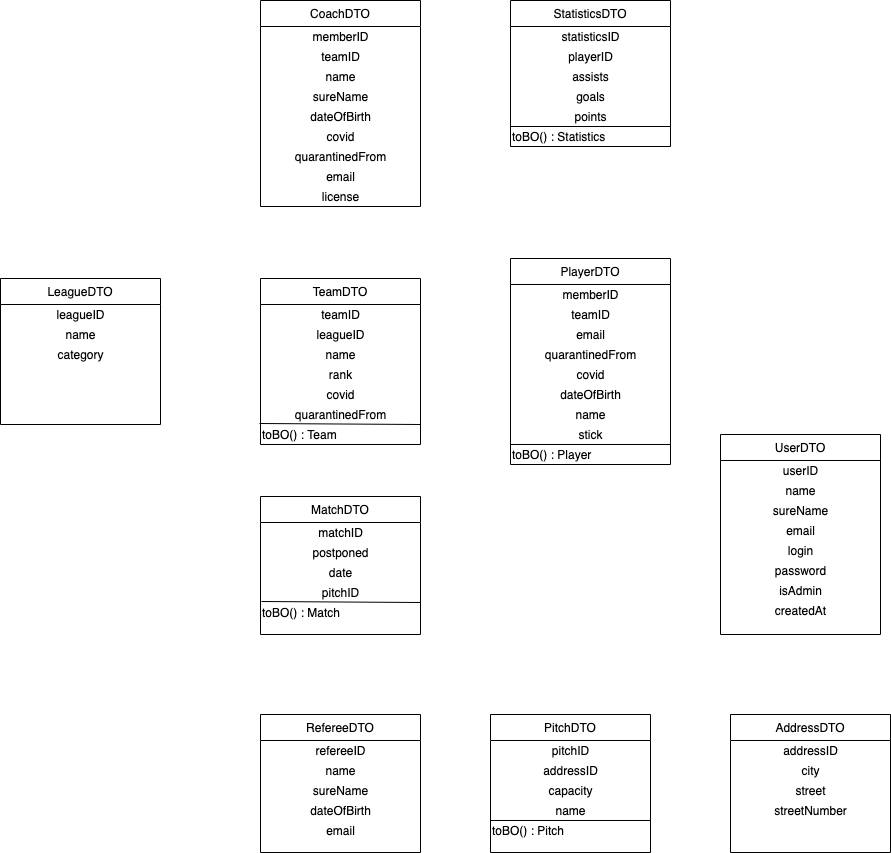
Earlier version of the draw.io export artefacts/class_DTO.png (alenamartinkova/cfbu-IS). Source tidied: cells renumbered, new cells last; positions are measured from the earlier drawing's top-left corner, leaving out a move shared by most shapes.
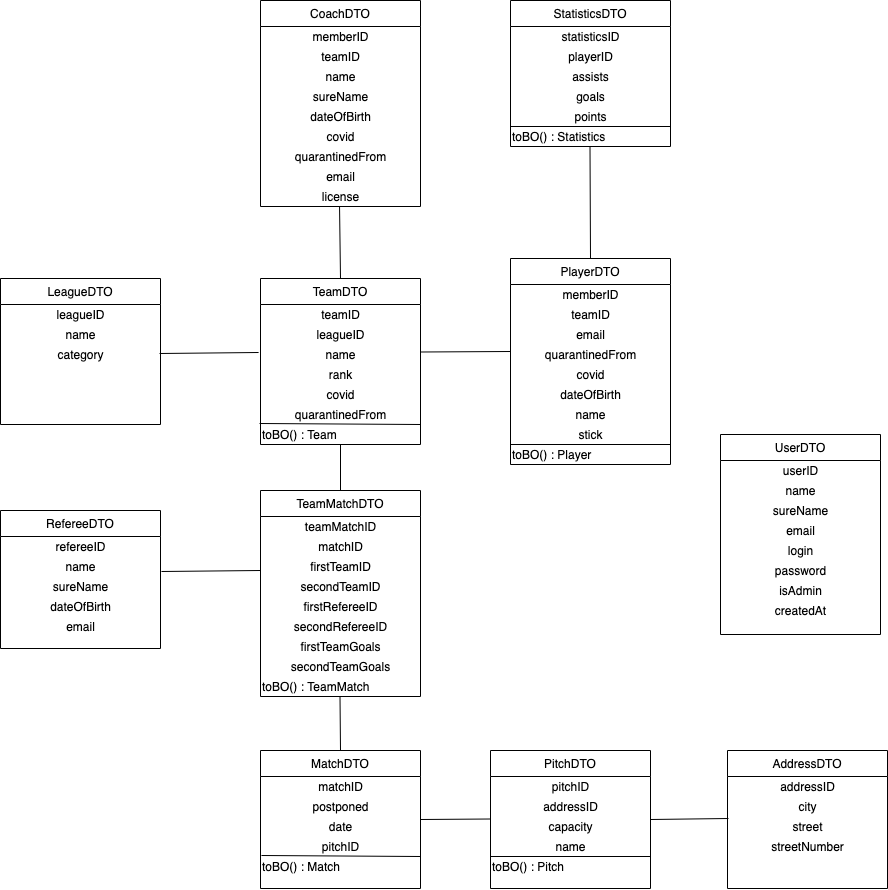
After the commit.

Diff of the diagram source:
```diff
@@ -114,7 +114,7 @@
       <mxGeometry y="146" width="160" height="20" as="geometry" />
     </mxCell>
     <mxCell id="38" value="MatchDTO" style="swimlane;fontStyle=0;align=center;verticalAlign=top;horizontal=1;startSize=26;rounded=0;shadow=0;strokeWidth=1;" parent="1" vertex="1">
-      <mxGeometry x="260" y="496" width="160" height="138" as="geometry" />
+      <mxGeometry x="260" y="750" width="160" height="138" as="geometry" />
     </mxCell>
     <mxCell id="39" value="matchID" style="text;html=1;align=center;verticalAlign=middle;" parent="38" vertex="1">
       <mxGeometry y="26" width="160" height="20" as="geometry" />
@@ -137,7 +137,7 @@
       <mxGeometry y="106" width="160" height="20" as="geometry" />
     </mxCell>
     <mxCell id="45" value="PitchDTO" style="swimlane;fontStyle=0;align=center;verticalAlign=top;horizontal=1;startSize=26;rounded=0;shadow=0;strokeWidth=1;" parent="1" vertex="1">
-      <mxGeometry x="490" y="714" width="160" height="138" as="geometry" />
+      <mxGeometry x="490" y="750" width="160" height="138" as="geometry" />
     </mxCell>
     <mxCell id="46" value="pitchID" style="text;html=1;align=center;verticalAlign=middle;" parent="45" vertex="1">
       <mxGeometry y="26" width="160" height="20" as="geometry" />
@@ -161,7 +161,7 @@
       <mxGeometry y="106" width="160" height="20" as="geometry" />
     </mxCell>
     <mxCell id="52" value="RefereeDTO" style="swimlane;fontStyle=0;align=center;verticalAlign=top;horizontal=1;startSize=26;rounded=0;shadow=0;strokeWidth=1;" parent="1" vertex="1">
-      <mxGeometry x="260" y="714" width="160" height="138" as="geometry" />
+      <mxGeometry y="510" width="160" height="138" as="geometry" />
     </mxCell>
     <mxCell id="53" value="refereeID" style="text;html=1;align=center;verticalAlign=middle;" parent="52" vertex="1">
       <mxGeometry y="26" width="160" height="20" as="geometry" />
@@ -179,7 +179,7 @@
       <mxGeometry y="106" width="160" height="20" as="geometry" />
     </mxCell>
     <mxCell id="58" value="AddressDTO" style="swimlane;fontStyle=0;align=center;verticalAlign=top;horizontal=1;startSize=26;rounded=0;shadow=0;strokeWidth=1;" parent="1" vertex="1">
-      <mxGeometry x="730" y="714" width="160" height="138" as="geometry" />
+      <mxGeometry x="727" y="750" width="160" height="138" as="geometry" />
     </mxCell>
     <mxCell id="59" value="addressID" style="text;html=1;align=center;verticalAlign=middle;" parent="58" vertex="1">
       <mxGeometry y="26" width="160" height="20" as="geometry" />
@@ -243,5 +243,81 @@
         <mxPoint x="670" y="444" as="targetPoint" />
       </mxGeometry>
     </mxCell>
+    <mxCell id="78" style="endArrow=none;html=1;entryX=0.494;entryY=1;entryDx=0;entryDy=0;entryPerimeter=0;" parent="1" edge="1" target="11">
+      <mxGeometry relative="1" as="geometry">
+        <mxPoint x="340" y="278" as="sourcePoint" />
+      </mxGeometry>
+    </mxCell>
+    <mxCell id="79" style="endArrow=none;html=1;entryX=0.5;entryY=1.2;entryDx=0;entryDy=0;entryPerimeter=0;exitX=0.5;exitY=0;exitDx=0;exitDy=0;" parent="1" edge="1" source="12">
+      <mxGeometry relative="1" as="geometry">
+        <mxPoint x="589.5" y="146" as="targetPoint" />
+      </mxGeometry>
+    </mxCell>
+    <mxCell id="80" value="TeamMatchDTO" style="swimlane;fontStyle=0;align=center;verticalAlign=top;horizontal=1;startSize=26;rounded=0;shadow=0;strokeWidth=1;" parent="1" vertex="1">
+      <mxGeometry x="260" y="490" width="160" height="206" as="geometry" />
+    </mxCell>
+    <mxCell id="81" value="teamMatchID" style="text;html=1;align=center;verticalAlign=middle;" parent="80" vertex="1">
+      <mxGeometry y="26" width="160" height="20" as="geometry" />
+    </mxCell>
+    <mxCell id="82" value="matchID" style="text;html=1;align=center;verticalAlign=middle;" parent="80" vertex="1">
+      <mxGeometry y="46" width="160" height="20" as="geometry" />
+    </mxCell>
+    <mxCell id="83" value="firstTeamID" style="text;html=1;align=center;verticalAlign=middle;" parent="80" vertex="1">
+      <mxGeometry y="66" width="160" height="20" as="geometry" />
+    </mxCell>
+    <mxCell id="84" value="secondTeamID" style="text;html=1;align=center;verticalAlign=middle;" parent="80" vertex="1">
+      <mxGeometry y="86" width="160" height="20" as="geometry" />
+    </mxCell>
+    <mxCell id="85" value="firstRefereeID" style="text;html=1;align=center;verticalAlign=middle;" parent="80" vertex="1">
+      <mxGeometry y="106" width="160" height="20" as="geometry" />
+    </mxCell>
+    <mxCell id="86" value="secondRefereeID" style="text;html=1;align=center;verticalAlign=middle;" parent="80" vertex="1">
+      <mxGeometry y="126" width="160" height="20" as="geometry" />
+    </mxCell>
+    <mxCell id="87" value="firstTeamGoals" style="text;html=1;align=center;verticalAlign=middle;" parent="80" vertex="1">
+      <mxGeometry y="146" width="160" height="20" as="geometry" />
+    </mxCell>
+    <mxCell id="88" value="secondTeamGoals" style="text;html=1;align=center;verticalAlign=middle;" parent="80" vertex="1">
+      <mxGeometry y="166" width="160" height="20" as="geometry" />
+    </mxCell>
+    <mxCell id="89" value="toBO() : TeamMatch" style="text;html=1;align=left;verticalAlign=middle;" parent="80" vertex="1">
+      <mxGeometry y="186" width="160" height="20" as="geometry" />
+    </mxCell>
+    <mxCell id="90" style="endArrow=none;html=1;entryX=0.5;entryY=1;entryDx=0;entryDy=0;entryPerimeter=0;" parent="1" edge="1" target="37">
+      <mxGeometry relative="1" as="geometry">
+        <mxPoint x="340" y="490" as="sourcePoint" />
+      </mxGeometry>
+    </mxCell>
+    <mxCell id="91" style="endArrow=none;html=1;entryX=0.5;entryY=1;entryDx=0;entryDy=0;entryPerimeter=0;exitX=0.5;exitY=0;exitDx=0;exitDy=0;" parent="1" edge="1" source="38">
+      <mxGeometry relative="1" as="geometry">
+        <mxPoint x="339.5" y="696" as="targetPoint" />
+      </mxGeometry>
+    </mxCell>
+    <mxCell id="92" style="endArrow=none;html=1;entryX=-0.012;entryY=0.4;entryDx=0;entryDy=0;entryPerimeter=0;exitX=0.994;exitY=0.45;exitDx=0;exitDy=0;exitPerimeter=0;" parent="1" edge="1" source="75" target="33">
+      <mxGeometry relative="1" as="geometry" />
+    </mxCell>
+    <mxCell id="93" style="endArrow=none;html=1;entryX=-0.012;entryY=0.4;entryDx=0;entryDy=0;entryPerimeter=0;exitX=0.994;exitY=0.45;exitDx=0;exitDy=0;exitPerimeter=0;" parent="1" edge="1">
+      <mxGeometry relative="1" as="geometry">
+        <mxPoint x="161" y="571" as="sourcePoint" />
+        <mxPoint x="260" y="570" as="targetPoint" />
+      </mxGeometry>
+    </mxCell>
+    <mxCell id="94" style="endArrow=none;html=1;exitX=0.994;exitY=0.45;exitDx=0;exitDy=0;exitPerimeter=0;" parent="1" edge="1">
+      <mxGeometry relative="1" as="geometry">
+        <mxPoint x="420" y="351.5" as="sourcePoint" />
+        <mxPoint x="510" y="351" as="targetPoint" />
+      </mxGeometry>
+    </mxCell>
+    <mxCell id="95" style="endArrow=none;html=1;" parent="1" edge="1">
+      <mxGeometry relative="1" as="geometry">
+        <mxPoint x="420" y="819" as="sourcePoint" />
+        <mxPoint x="490" y="818.5" as="targetPoint" />
+      </mxGeometry>
+    </mxCell>
+    <mxCell id="96" style="endArrow=none;html=1;entryX=0.006;entryY=1.1;entryDx=0;entryDy=0;entryPerimeter=0;" parent="1" edge="1" target="60">
+      <mxGeometry relative="1" as="geometry">
+        <mxPoint x="650" y="819" as="sourcePoint" />
+      </mxGeometry>
+    </mxCell>
   </root>
 </mxGraphModel>
```
